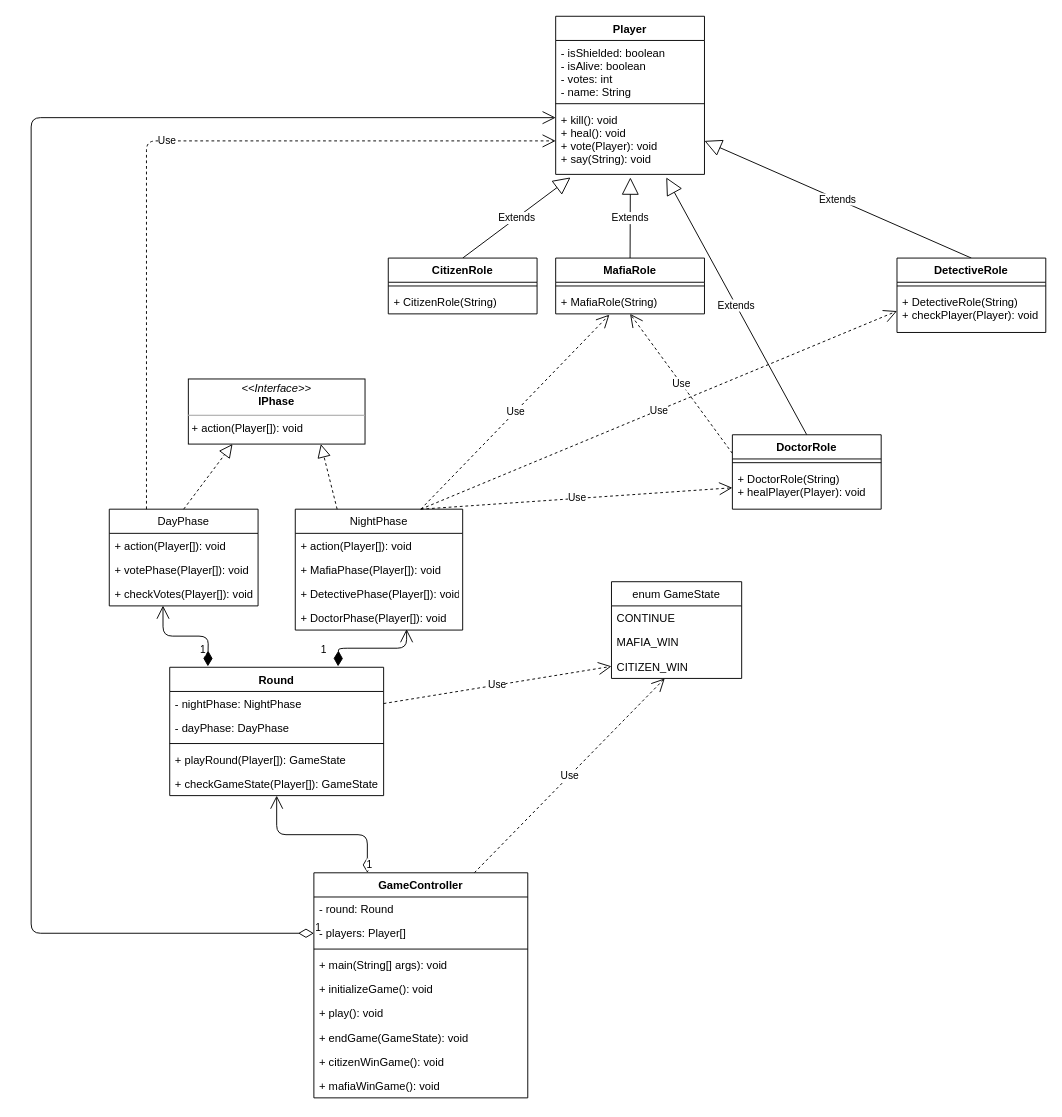
Before: mafia_diagram.drawio in sostema/java_mafia, a draw.io diagram. Source tidied: cells renumbered, new cells numbered last; positions are measured from the earlier drawing's top-left corner, leaving out a move shared by most shapes. Both pictures are drawn from the tidied source at 93%, with x=0, y=0 at pixel (31, 16).
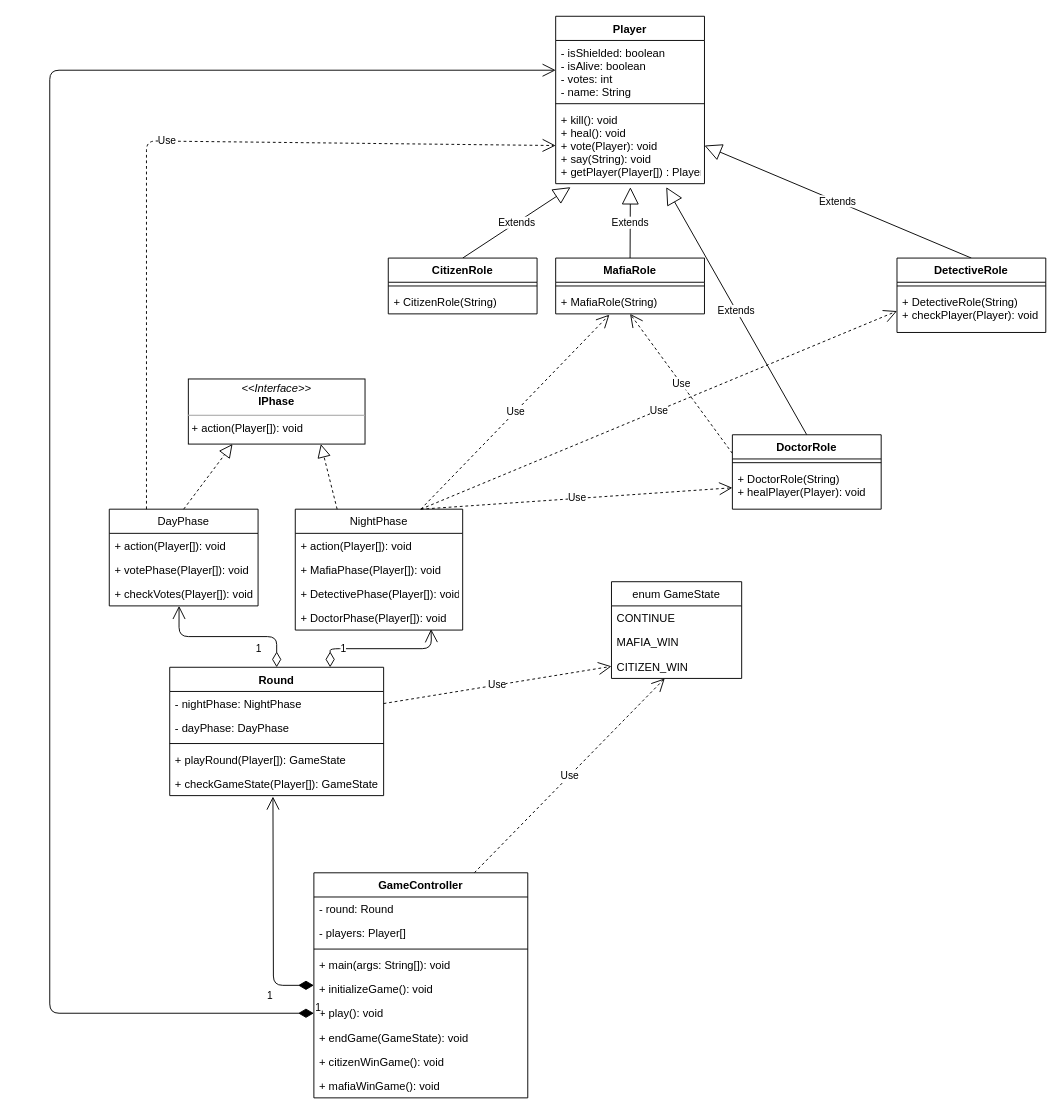
The same page after the edit.

Unchanged cells that the change refers to:
```xml
<mxCell id="17" value="- isShielded: boolean&#10;- isAlive: boolean&#10;- votes: int&#10;- name: String" style="text;strokeColor=none;fillColor=none;align=left;verticalAlign=top;spacingLeft=4;spacingRight=4;overflow=hidden;points=[[0,0.5],[1,0.5]];portConstraint=eastwest;" parent="16" vertex="1">
  <mxGeometry y="26" width="160" height="64" as="geometry" />
</mxCell>
<mxCell id="32" value="+ checkVotes(Player[]): void" style="text;strokeColor=none;fillColor=none;align=left;verticalAlign=top;spacingLeft=4;spacingRight=4;overflow=hidden;points=[[0,0.5],[1,0.5]];portConstraint=eastwest;" parent="29" vertex="1">
  <mxGeometry y="78" width="160" height="26" as="geometry" />
</mxCell>
<mxCell id="37" value="+ DoctorPhase(Player[]): void" style="text;strokeColor=none;fillColor=none;align=left;verticalAlign=top;spacingLeft=4;spacingRight=4;overflow=hidden;points=[[0,0.5],[1,0.5]];portConstraint=eastwest;" parent="33" vertex="1">
  <mxGeometry y="104" width="180" height="26" as="geometry" />
</mxCell>
<mxCell id="38" value="GameController" style="swimlane;fontStyle=1;align=center;verticalAlign=top;horizontal=1;startSize=26;" parent="1" vertex="1">
  <mxGeometry x="304" y="921" width="230" height="242" as="geometry" />
</mxCell>
<mxCell id="40" value="- players: Player[]&#10;" style="text;strokeColor=none;fillColor=none;align=left;verticalAlign=top;spacingLeft=4;spacingRight=4;overflow=hidden;points=[[0,0.5],[1,0.5]];portConstraint=eastwest;" parent="38" vertex="1">
  <mxGeometry y="52" width="230" height="26" as="geometry" />
</mxCell>
<mxCell id="44" value="+ play(): void" style="text;strokeColor=none;fillColor=none;align=left;verticalAlign=top;spacingLeft=4;spacingRight=4;overflow=hidden;points=[[0,0.5],[1,0.5]];portConstraint=eastwest;" parent="38" vertex="1">
  <mxGeometry y="138" width="230" height="26" as="geometry" />
</mxCell>
<mxCell id="52" value="Round" style="swimlane;fontStyle=1;align=center;verticalAlign=top;horizontal=1;startSize=26;" parent="1" vertex="1">
  <mxGeometry x="149" y="700" width="230" height="138" as="geometry" />
</mxCell>
<mxCell id="57" value="+ checkGameState(Player[]): GameState" style="text;strokeColor=none;fillColor=none;align=left;verticalAlign=top;spacingLeft=4;spacingRight=4;overflow=hidden;points=[[0,0.5],[1,0.5]];portConstraint=eastwest;" parent="52" vertex="1">
  <mxGeometry y="112" width="230" height="26" as="geometry" />
</mxCell>
```

What changed in the source:
```diff
@@
     <mxCell id="16" value="Player" style="swimlane;fontStyle=1;align=center;verticalAlign=top;horizontal=1;startSize=26;" parent="1" vertex="1">
-      <mxGeometry x="564" width="160" height="170" as="geometry" />
+      <mxGeometry x="564" width="160" height="180" as="geometry" />
     </mxCell>
@@
-    <mxCell id="19" value="+ kill(): void&#10;+ heal(): void&#10;+ vote(Player): void&#10;+ say(String): void" style="text;strokeColor=none;fillColor=none;align=left;verticalAlign=top;spacingLeft=4;spacingRight=4;overflow=hidden;points=[[0,0.5],[1,0.5]];portConstraint=eastwest;" parent="16" vertex="1">
-      <mxGeometry y="98" width="160" height="72" as="geometry" />
+    <mxCell id="19" value="+ kill(): void&#10;+ heal(): void&#10;+ vote(Player): void&#10;+ say(String): void&#10;+ getPlayer(Player[]) : Player" style="text;strokeColor=none;fillColor=none;align=left;verticalAlign=top;spacingLeft=4;spacingRight=4;overflow=hidden;points=[[0,0.5],[1,0.5]];portConstraint=eastwest;" parent="16" vertex="1">
+      <mxGeometry y="98" width="160" height="82" as="geometry" />
     </mxCell>
@@
-    <mxCell id="42" value="+ main(String[] args): void" style="text;strokeColor=none;fillColor=none;align=left;verticalAlign=top;spacingLeft=4;spacingRight=4;overflow=hidden;" parent="38" vertex="1">
+    <mxCell id="42" value="+ main(args: String[]): void" style="text;strokeColor=none;fillColor=none;align=left;verticalAlign=top;spacingLeft=4;spacingRight=4;overflow=hidden;" parent="38" vertex="1">
       <mxGeometry y="86" width="230" height="26" as="geometry" />
     </mxCell>
@@
-    <mxCell id="58" value="1" style="endArrow=open;html=1;endSize=12;startArrow=diamondThin;startSize=14;startFill=1;edgeStyle=orthogonalEdgeStyle;align=left;verticalAlign=bottom;entryX=0.665;entryY=0.962;entryDx=0;entryDy=0;entryPerimeter=0;" parent="52" edge="1" target="37">
-      <mxGeometry x="-0.66" y="10" relative="1" as="geometry">
-        <mxPoint x="181" y="-1" as="sourcePoint" />
-        <mxPoint x="-10" y="10" as="offset" />
-      </mxGeometry>
-    </mxCell>
@@
-    <mxCell id="62" value="1" style="endArrow=open;html=1;endSize=12;startArrow=diamondThin;startSize=14;startFill=1;edgeStyle=orthogonalEdgeStyle;align=left;verticalAlign=bottom;entryX=0.361;entryY=0.989;entryDx=0;entryDy=0;entryPerimeter=0;" parent="1" edge="1" target="32">
-      <mxGeometry x="-0.25" y="23" relative="1" as="geometry">
-        <mxPoint x="190" y="699" as="sourcePoint" />
-      </mxGeometry>
-    </mxCell>
-    <mxCell id="63" value="1" style="endArrow=open;html=1;endSize=12;startArrow=diamondThin;startSize=14;startFill=0;edgeStyle=orthogonalEdgeStyle;align=left;verticalAlign=bottom;exitX=0;exitY=0.5;exitDx=0;exitDy=0;" parent="1" edge="1" source="40" target="19">
-      <mxGeometry x="-1" y="3" relative="1" as="geometry">
-        <Array as="points">
-          <mxPoint y="986" />
-          <mxPoint y="109" />
-        </Array>
-      </mxGeometry>
-    </mxCell>
-    <mxCell id="64" value="1" style="endArrow=open;html=1;endSize=12;startArrow=diamondThin;startSize=14;startFill=0;edgeStyle=orthogonalEdgeStyle;align=left;verticalAlign=bottom;exitX=0.25;exitY=0;exitDx=0;exitDy=0;" parent="1" edge="1" source="38" target="57">
-      <mxGeometry x="-1" y="3" relative="1" as="geometry">
-        <Array as="points">
-          <mxPoint x="362" y="880" />
-          <mxPoint x="264" y="880" />
-        </Array>
-      </mxGeometry>
-    </mxCell>
+    <mxCell id="58" value="1" style="endArrow=open;html=1;endSize=12;startArrow=diamondThin;startSize=14;startFill=1;edgeStyle=orthogonalEdgeStyle;align=left;verticalAlign=bottom;" parent="1" edge="1" source="38">
+      <mxGeometry x="-0.66" y="10" relative="1" as="geometry">
+        <mxPoint x="260" y="839" as="targetPoint" />
+        <mxPoint x="-10" y="10" as="offset" />
+      </mxGeometry>
+    </mxCell>
+    <mxCell id="65" value="1" style="endArrow=open;html=1;endSize=12;startArrow=diamondThin;startSize=14;startFill=1;edgeStyle=orthogonalEdgeStyle;align=left;verticalAlign=bottom;exitX=0;exitY=0.5;exitDx=0;exitDy=0;entryX=0;entryY=0.5;entryDx=0;entryDy=0;" parent="1" edge="1" source="44" target="17">
+      <mxGeometry x="-1" y="3" relative="1" as="geometry">
+        <Array as="points">
+          <mxPoint x="20" y="1072" />
+          <mxPoint x="20" y="58" />
+        </Array>
+      </mxGeometry>
+    </mxCell>
+    <mxCell id="66" value="1" style="endArrow=open;html=1;endSize=12;startArrow=diamondThin;startSize=14;startFill=0;edgeStyle=orthogonalEdgeStyle;align=left;verticalAlign=bottom;entryX=0.469;entryY=1;entryDx=0;entryDy=0;entryPerimeter=0;" parent="1" edge="1" source="52" target="32">
+      <mxGeometry x="-0.33" y="22" relative="1" as="geometry" />
+    </mxCell>
+    <mxCell id="67" value="1" style="endArrow=open;html=1;endSize=12;startArrow=diamondThin;startSize=14;startFill=0;edgeStyle=orthogonalEdgeStyle;align=left;verticalAlign=bottom;exitX=0.75;exitY=0;exitDx=0;exitDy=0;" parent="1" edge="1" source="52">
+      <mxGeometry x="-0.85" y="-8" relative="1" as="geometry">
+        <mxPoint x="430" y="659" as="targetPoint" />
+        <mxPoint x="1" as="offset" />
+      </mxGeometry>
+    </mxCell>
```
